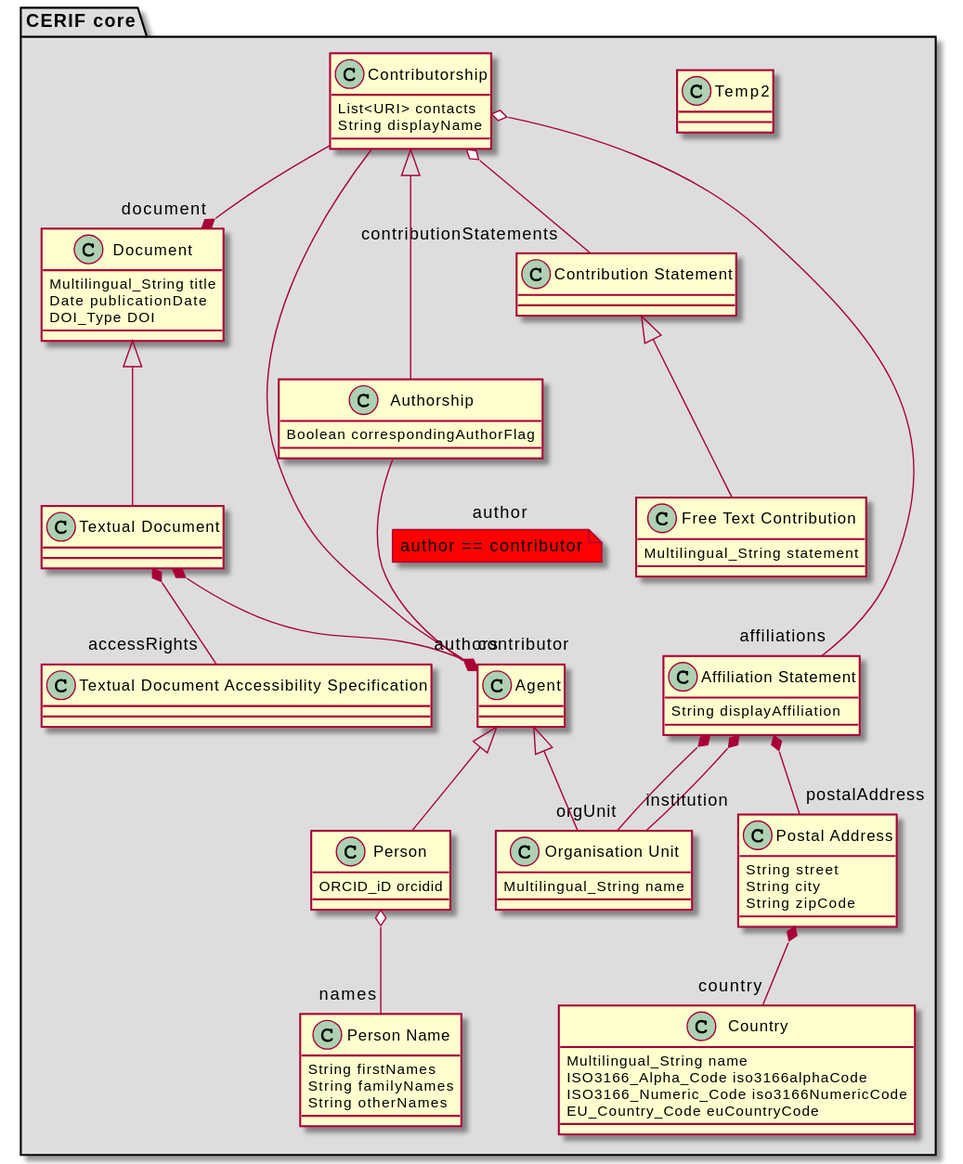
Earlier version of the PlantUML export diagrams/core.svg (EuroCRIS/CERIF-Core). The source it was exported from:
```plantuml
@startuml
package "CERIF core" #DDDDDD {
    class Temp2

    !startsub Contributorship
    class "Document"{
        Multilingual_String title
        Date publicationDate
        DOI_Type DOI
    }
    !endsub
    class "Textual Document"{
    }
    class "Textual Document Accessibility Specification"{
    }
    !startsub Contributorship
    class "Agent"{

    }
    !endsub
    class "Organisation Unit"{
        Multilingual_String name
    }
    class "Person"{
        ORCID_iD orcidid
    }
    class "Person Name"{
        String firstNames
        String familyNames
        String otherNames
    }
    class "Authorship"{
        Boolean correspondingAuthorFlag
    }
    !startsub Contributorship
    class "Contributorship"{
        List<URI> contacts
        String displayName
    }
    class "Contribution Statement"{
    }
    class "Free Text Contribution"{
        Multilingual_String statement
    }
    class "Affiliation Statement"{
        String displayAffiliation
    }
    class "Postal Address"{
        String street
        String city
        String zipCode
    }
    class "Country"{
        Multilingual_String name
        ISO3166_Alpha_Code iso3166alphaCode
        ISO3166_Numeric_Code iso3166NumericCode
        EU_Country_Code euCountryCode
    }
    !endsub
}
!startsub Contributorship
"Postal Address" *-- "country" "Country"
"Affiliation Statement" *-- "postalAddress" "Postal Address"
"Affiliation Statement" *-- "orgUnit" "Organisation Unit"
"Affiliation Statement" *-- "institution" "Organisation Unit"
"Contribution Statement" <|-- "Free Text Contribution"
"Contributorship" --* "document" "Document"
"Contributorship" --* "contributor" "Agent"
"Contributorship" o-- "affiliations" "Affiliation Statement"
"Contributorship" o-- "contributionStatements" "Contribution Statement"
!endsub
"Contributorship" <|-- "Authorship"
"Authorship" --* "Agent":author
note on link #red: author == contributor
"Person" o-- "names" "Person Name"
"Agent" <|-- "Person"
"Agent" <|-- "Organisation Unit"
"Document" <|-- "Textual Document"
"Textual Document" *-- "accessRights" "Textual Document Accessibility Specification"
"Textual Document" *--  "authors" "Agent"
@enduml
```
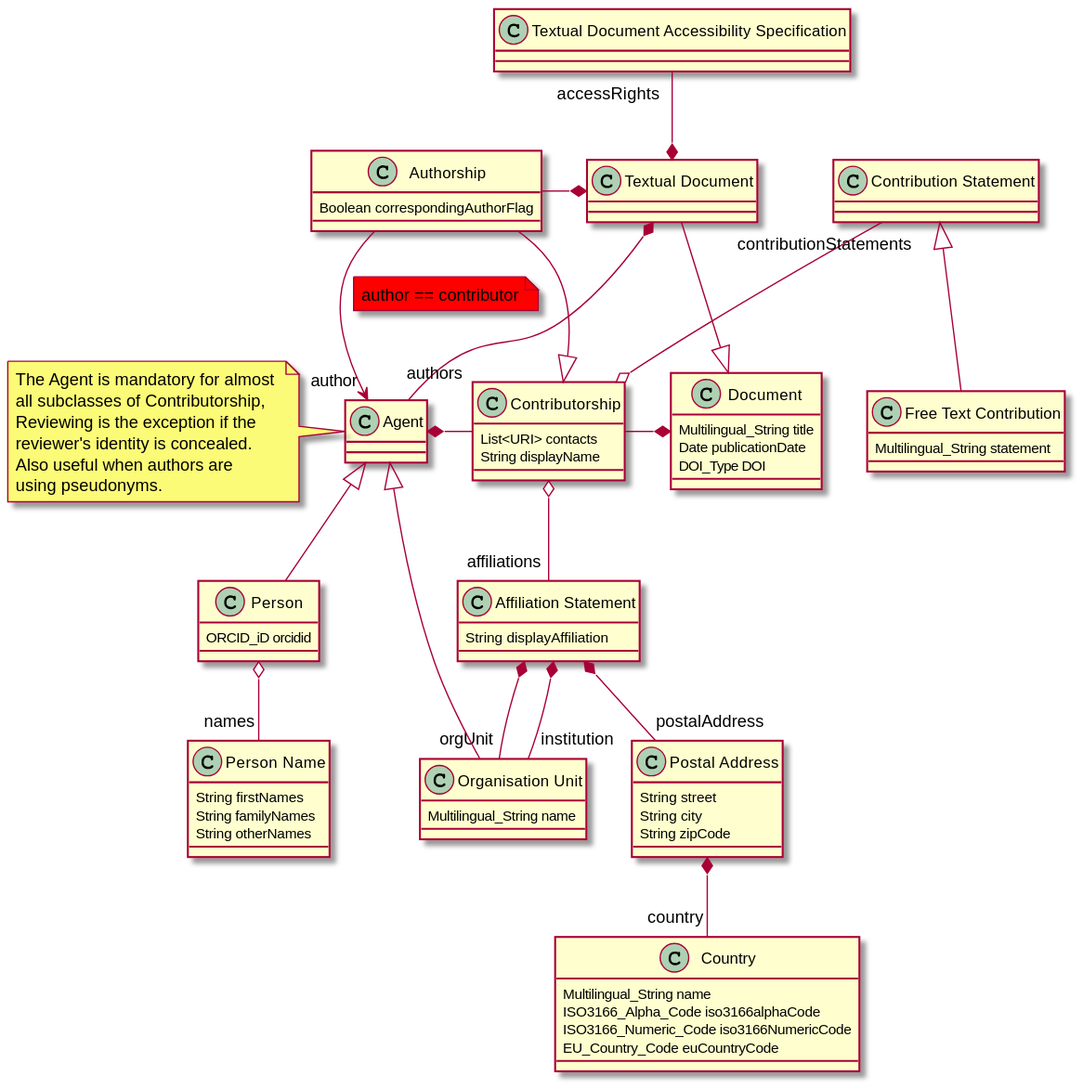
The same diagram one commit later.

Commit message:
adding diagrams in Markdown files

Diff of the diagram source:
```diff
@@ -1,6 +1,5 @@
 @startuml
-package "CERIF core" #DDDDDD {
-    class Temp2
+
 
     !startsub Contributorship
     class "Document"{
@@ -13,11 +12,10 @@
     }
     class "Textual Document Accessibility Specification"{
     }
-    !startsub Contributorship
+    !startsub Agent
     class "Agent"{
 
     }
-    !endsub
     class "Organisation Unit"{
         Multilingual_String name
     }
@@ -29,6 +27,7 @@
         String familyNames
         String otherNames
     }
+    !endsub
     class "Authorship"{
         Boolean correspondingAuthorFlag
     }
@@ -57,25 +56,30 @@
         EU_Country_Code euCountryCode
     }
     !endsub
-}
+
 !startsub Contributorship
 "Postal Address" *-- "country" "Country"
 "Affiliation Statement" *-- "postalAddress" "Postal Address"
 "Affiliation Statement" *-- "orgUnit" "Organisation Unit"
 "Affiliation Statement" *-- "institution" "Organisation Unit"
 "Contribution Statement" <|-- "Free Text Contribution"
-"Contributorship" --* "document" "Document"
-"Contributorship" --* "contributor" "Agent"
+"Contributorship" -r-* "Document"
+"Contributorship" -l-* "Agent"
 "Contributorship" o-- "affiliations" "Affiliation Statement"
-"Contributorship" o-- "contributionStatements" "Contribution Statement"
+"Contributorship" o-u- "contributionStatements" "Contribution Statement"
 !endsub
-"Contributorship" <|-- "Authorship"
-"Authorship" --* "Agent":author
+"Authorship" -r-* "Textual Document"
+"Contributorship" <|-u- "Authorship"
+"Authorship" --> "author" "Agent"
 note on link #red: author == contributor
-"Person" o-- "names" "Person Name"
-"Agent" <|-- "Person"
-"Agent" <|-- "Organisation Unit"
-"Document" <|-- "Textual Document"
-"Textual Document" *-- "accessRights" "Textual Document Accessibility Specification"
+!startsub Agent
+"Person" o-d- "names" "Person Name"
+"Agent" <|-d- "Person"
+"Agent" <|-d- "Organisation Unit"
+!endsub
+"Document" <|-u- "Textual Document"
+"Textual Document" *-u- "accessRights" "Textual Document Accessibility Specification"
 "Textual Document" *--  "authors" "Agent"
+
+note left of Agent: The Agent is mandatory for almost \nall subclasses of Contributorship,\nReviewing is the exception if the \nreviewer's identity is concealed. \nAlso useful when authors are \nusing pseudonyms.
 @enduml
```
